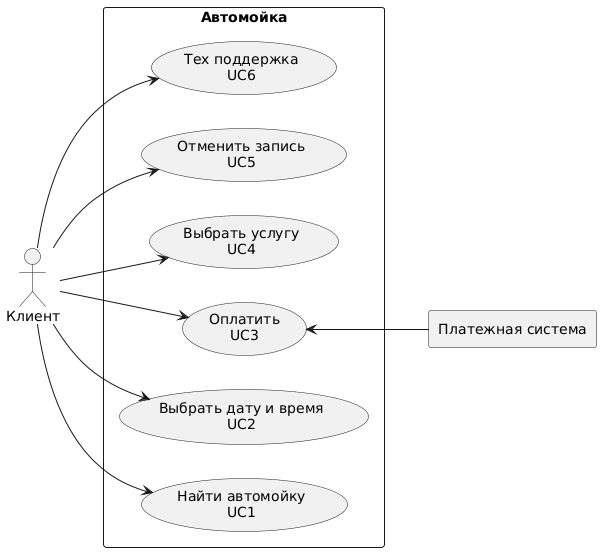
This is material/UserCases.png from MaximOdichal/IIS2, a PlantUML export, as it was before one commit. Source of this version:
```plantuml
@startuml
left to right direction
actor "Клиент" as fc
rectangle Автомойка {
  usecase "Найти автомойку\nUC1" as UC1
  usecase "Выбрать дату и время\nUC2" as UC2
  usecase "Оплатить\nUC3" as UC3
  usecase "Выбрать услугу\nUC4" as UC4
  usecase "Отменить запись\nUC5" as UC5
  usecase "Тех поддержка\nUC6" as UC6
}

rectangle "Платежная система" as pl

fc --> UC1
fc --> UC2
fc --> UC3
fc --> UC4
fc --> UC5
fc --> UC6
UC3 <-- pl
@enduml
```
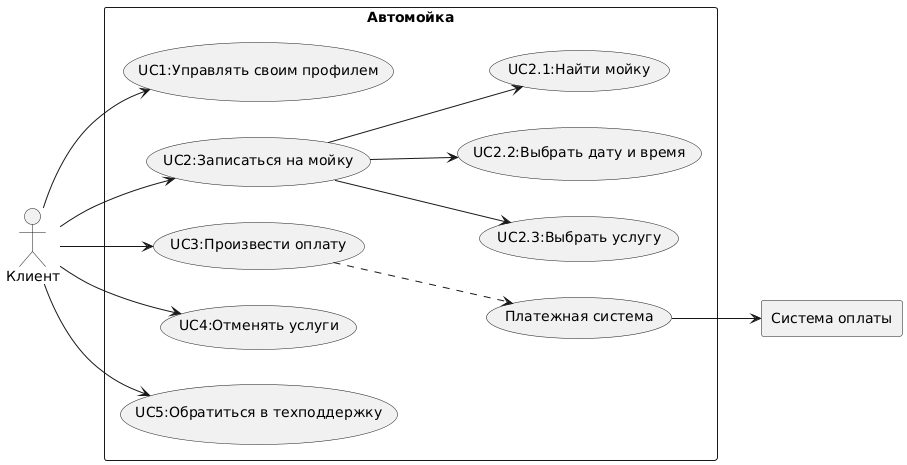
The same file after the commit.

The edit, as a diff of the source:
```diff
@@ -1,22 +1,27 @@
 @startuml
 left to right direction
-actor "Клиент" as fc
-rectangle Автомойка {
-  usecase "Найти автомойку\nUC1" as UC1
-  usecase "Выбрать дату и время\nUC2" as UC2
-  usecase "Оплатить\nUC3" as UC3
-  usecase "Выбрать услугу\nUC4" as UC4
-  usecase "Отменить запись\nUC5" as UC5
-  usecase "Тех поддержка\nUC6" as UC6
-}
+    actor "Клиент" as client
+    rectangle "Система оплаты" as r1
+    rectangle "Автомойка" {
+        usecase "UC1:Управлять своим профилем" as UC1
+        usecase "UC2:Записаться на мойку" as UC2
+        usecase "UC2.3:Выбрать услугу" as UC2.3
+        usecase "UC2.2:Выбрать дату и время" as UC2.2
+        usecase "UC2.1:Найти мойку" as UC2.1
+        usecase "UC3:Произвести оплату" as UC3
+        usecase "UC4:Отменять услуги" as UC4
+        usecase "UC5:Обратиться в техподдержку" as UC5
+        usecase "Платежная система" as US1
+    }
 
-rectangle "Платежная система" as pl
-
-fc --> UC1
-fc --> UC2
-fc --> UC3
-fc --> UC4
-fc --> UC5
-fc --> UC6
-UC3 <-- pl
+    client --> UC1
+    client --> UC2
+    UC2 --> UC2.1
+    UC2 --> UC2.2
+    UC2 --> UC2.3
+    client --> UC3
+    client --> UC4
+    client --> UC5
+    UC3 ..> US1
+    US1 --> r1
 @enduml
```
